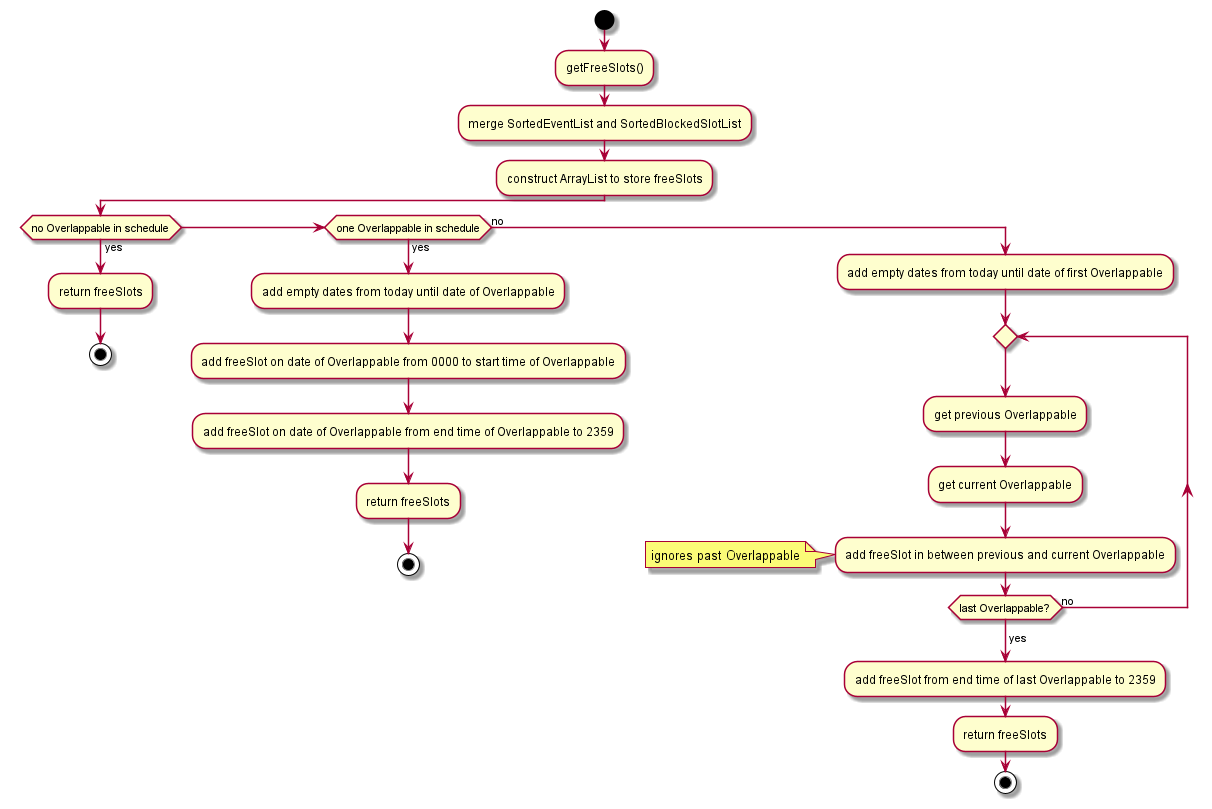
The PlantUML diagram docs/images/getFreeSlotsActivityDiagram.png in ruthpohrp/tp, before a commit. Source of this version:
```plantuml
@startuml

start
:getFreeSlots();
:merge SortedEventList and SortedBlockedSlotList;
:construct ArrayList to store freeSlots;
if(no Overlappable in schedule) then (yes)
    :return freeSlots;
    stop
elseif(one Overlappable in schedule) then (yes)
    :add empty dates from today until date of Overlappable;
    :add freeSlot on date of Overlappable from 0000 to start time of Overlappable;
    :add freeSlot on date of Overlappable from end time of Overlappable to 2359;
    :return freeSlots;
    stop
else (no)
    :add empty dates from today until date of first Overlappable;
    repeat
    :get previous Overlappable;
    :get current Overlappable;
    :add freeSlot in between previous and current Overlappable;
    note left
    ignores past Overlappable
    end note
    repeat while(last Overlappable?) is (no)
    ->yes;
    :add freeSlot from end time of last Overlappable to 2359;
    :return freeSlots;
    stop


@enduml
```
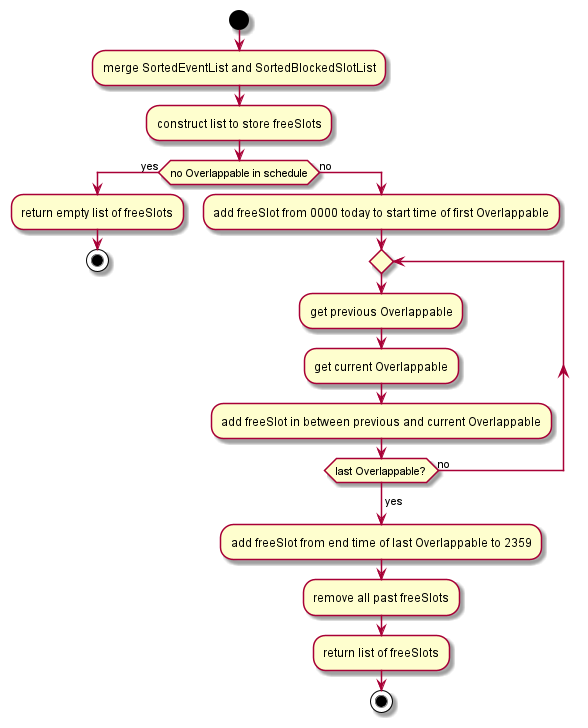
After the commit.

What changed in the source:
```diff
@@ -1,32 +1,21 @@
 @startuml
 
 start
-:getFreeSlots();
 :merge SortedEventList and SortedBlockedSlotList;
-:construct ArrayList to store freeSlots;
+:construct list to store freeSlots;
 if(no Overlappable in schedule) then (yes)
-    :return freeSlots;
-    stop
-elseif(one Overlappable in schedule) then (yes)
-    :add empty dates from today until date of Overlappable;
-    :add freeSlot on date of Overlappable from 0000 to start time of Overlappable;
-    :add freeSlot on date of Overlappable from end time of Overlappable to 2359;
-    :return freeSlots;
+    :return empty list of freeSlots;
     stop
 else (no)
-    :add empty dates from today until date of first Overlappable;
+    :add freeSlot from 0000 today to start time of first Overlappable;
     repeat
     :get previous Overlappable;
     :get current Overlappable;
     :add freeSlot in between previous and current Overlappable;
-    note left
-    ignores past Overlappable
-    end note
     repeat while(last Overlappable?) is (no)
     ->yes;
     :add freeSlot from end time of last Overlappable to 2359;
-    :return freeSlots;
+    :remove all past freeSlots;
+    :return list of freeSlots;
     stop
-
-
 @enduml
```
